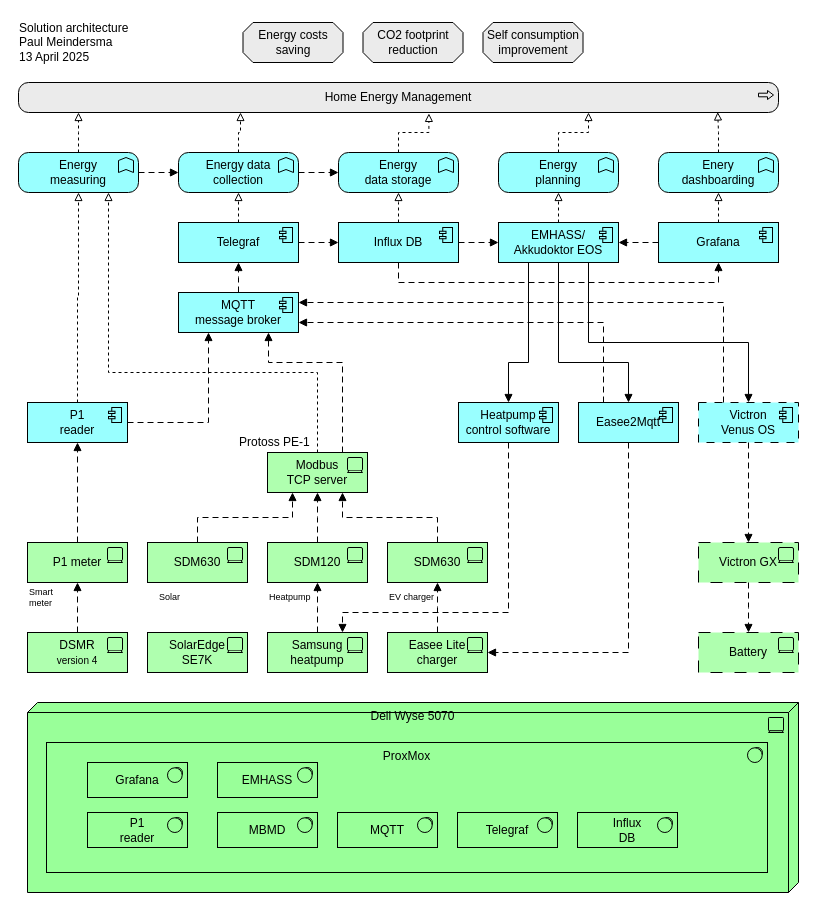
Earlier version of the draw.io diagram Solution architecture.drawio (pmeindersma/OptimizeSolar). Source tidied: cells renumbered, new cells numbered last; positions are measured from the earlier drawing's top-left corner, leaving out a move shared by most shapes. Both pictures are drawn from the tidied source at 100%, with x=0, y=0 at pixel (17, 17).
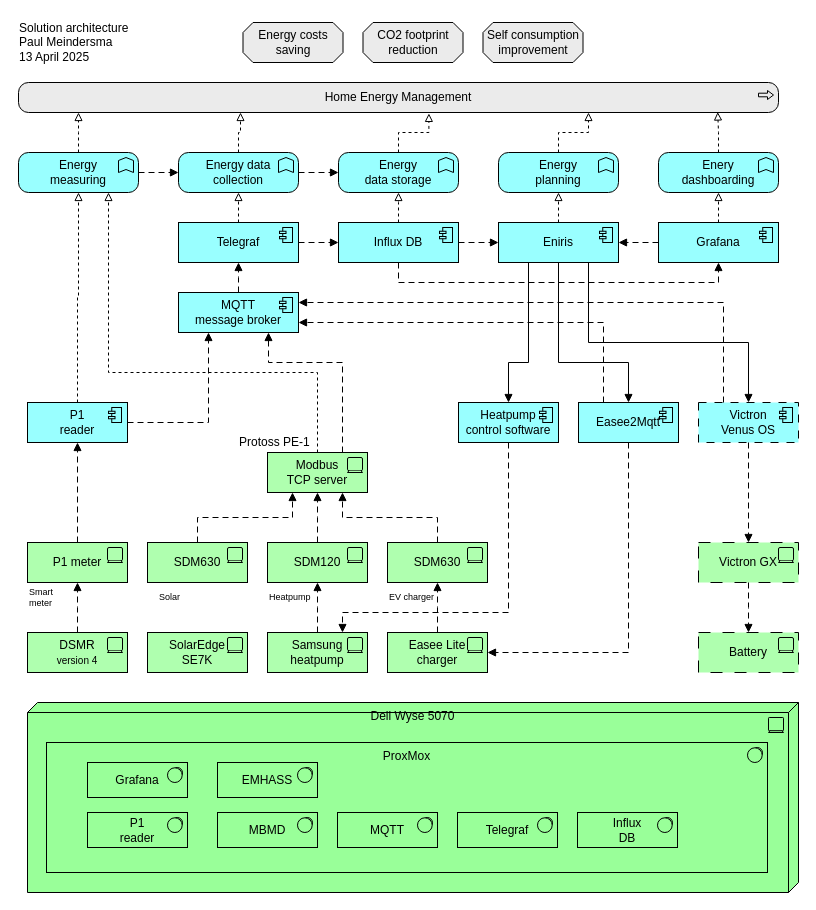
The same diagram, later.

The edit, as a diff of the source:
```diff
@@
-    <mxCell id="17" value="EMHASS/&lt;div&gt;Akkudoktor EOS&lt;/div&gt;" style="html=1;outlineConnect=0;whiteSpace=wrap;fillColor=#99ffff;shape=mxgraph.archimate3.application;appType=comp;archiType=square;" parent="1" vertex="1">
+    <mxCell id="17" value="Eniris" style="html=1;outlineConnect=0;whiteSpace=wrap;fillColor=#99ffff;shape=mxgraph.archimate3.application;appType=comp;archiType=square;" parent="1" vertex="1">
       <mxGeometry x="481" y="205" width="120" height="40" as="geometry" />
     </mxCell>
```
